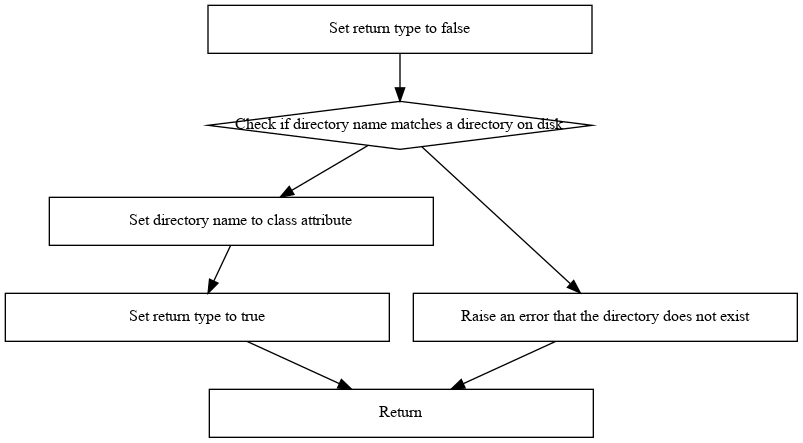
Earlier version of the Graphviz export wiki/images/flowcharts/Configurator/process-directory.png (AVanDeBrook/c-dependency-graph). Its source is kept beside it as wiki/dot-sources/flowcharts/Configurator/process-directory.dot. Its diagram source:
```dot
digraph "Process Directory" {
    rankdir="TB";
    node [shape="rectangle",fixedsize=true,height=0.5,width=4.0,fontsize=12];

    set_return_false [label="Set return type to false"];
    check_dir [label="Check if directory name matches a directory on disk",shape=diamond];
    set_attr [label="Set directory name to class attribute"];
    set_return [label="Set return type to true"];
    no_dir [label="Raise an error that the directory does not exist"];
    return [label="Return"];

    set_return_false -> check_dir;
    check_dir -> set_attr -> set_return -> return;
    check_dir -> no_dir -> return;
}
```
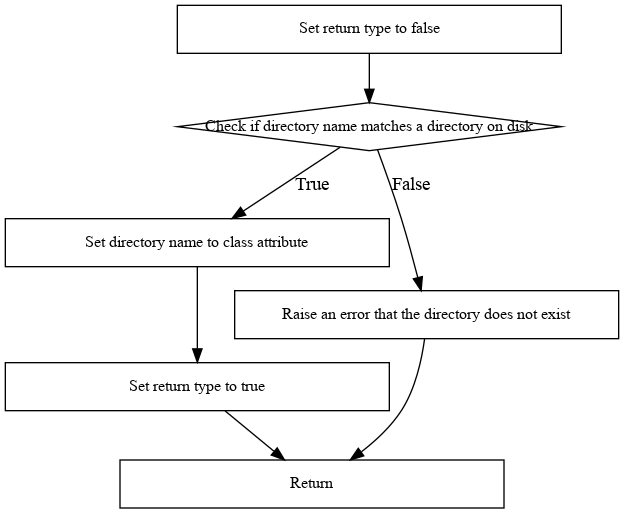
The same file after the commit.

Change to the diagram source:
```diff
@@ -10,6 +10,8 @@
     return [label="Return"];
 
     set_return_false -> check_dir;
-    check_dir -> set_attr -> set_return -> return;
-    check_dir -> no_dir -> return;
+    check_dir -> set_attr [label="True"];
+	set_attr -> set_return -> return;
+    check_dir -> no_dir [label="False"];
+	no_dir -> return;
 }
```
